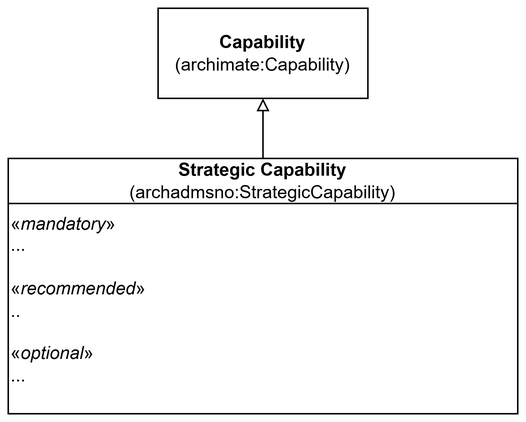
Earlier version of the draw.io export archadms-ap-no/docs/images/KlassenStrategicCapability.png (jimjyang/playground). Source tidied: cells renumbered, new cells last; positions are measured from the earlier drawing's top-left corner, leaving out a move shared by most shapes.
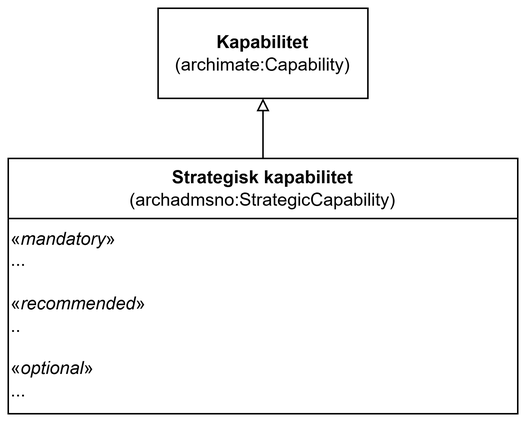
The same file after the commit.

The edit, as a diff of the source:
```diff
@@ -2,16 +2,16 @@
   <root>
     <mxCell id="0" />
     <mxCell id="1" parent="0" />
-    <mxCell id="2" value="Strategic Capability&lt;br&gt;&lt;div&gt;&lt;span style=&quot;font-weight: normal;&quot;&gt;(&lt;/span&gt;&lt;span style=&quot;font-weight: 400;&quot;&gt;archadmsno&lt;/span&gt;&lt;span style=&quot;font-weight: normal;&quot;&gt;:StrategicCapability)&lt;/span&gt;&lt;/div&gt;" style="swimlane;whiteSpace=wrap;html=1;startSize=30;" parent="1" vertex="1">
+    <mxCell id="2" value="Strategisk kapabilitet&lt;br&gt;&lt;div&gt;&lt;span style=&quot;font-weight: normal;&quot;&gt;(&lt;/span&gt;&lt;span style=&quot;font-weight: 400;&quot;&gt;archadmsno&lt;/span&gt;&lt;span style=&quot;font-weight: normal;&quot;&gt;:StrategicCapability)&lt;/span&gt;&lt;/div&gt;" style="swimlane;whiteSpace=wrap;html=1;startSize=40;" parent="1" vertex="1">
       <mxGeometry y="100" width="340" height="170" as="geometry" />
     </mxCell>
     <mxCell id="3" value="&lt;div&gt;«&lt;i&gt;mandatory&lt;/i&gt;»&lt;/div&gt;&lt;div&gt;...&lt;/div&gt;&lt;div&gt;&lt;br&gt;&lt;/div&gt;&lt;div&gt;«&lt;i&gt;recommended&lt;/i&gt;»&lt;/div&gt;&lt;div&gt;&lt;span style=&quot;background-color: transparent; color: light-dark(rgb(0, 0, 0), rgb(255, 255, 255));&quot;&gt;..&lt;/span&gt;&lt;/div&gt;&lt;div&gt;&lt;br&gt;&lt;/div&gt;&lt;div&gt;«&lt;i&gt;optional&lt;/i&gt;»&lt;/div&gt;&lt;div&gt;&lt;span style=&quot;background-color: transparent; color: light-dark(rgb(0, 0, 0), rgb(255, 255, 255));&quot;&gt;...&lt;/span&gt;&lt;/div&gt;" style="text;html=1;whiteSpace=wrap;strokeColor=none;fillColor=none;align=left;verticalAlign=top;rounded=0;" parent="2" vertex="1">
-      <mxGeometry y="30" width="320" height="140" as="geometry" />
+      <mxGeometry y="40" width="320" height="130" as="geometry" />
     </mxCell>
     <mxCell id="4" style="endArrow=block;html=1;rounded=0;entryX=0.5;entryY=1;entryDx=0;entryDy=0;exitX=0.5;exitY=0;exitDx=0;exitDy=0;endFill=0;" parent="1" edge="1" source="2" target="5">
       <mxGeometry relative="1" as="geometry" />
     </mxCell>
-    <mxCell id="5" value="&lt;b&gt;Capability&lt;/b&gt;&lt;div&gt;(archimate:Capability)&lt;/div&gt;" style="rounded=0;whiteSpace=wrap;html=1;" parent="1" vertex="1">
+    <mxCell id="5" value="&lt;b&gt;Kapabilitet&lt;/b&gt;&lt;div&gt;(archimate:Capability)&lt;/div&gt;" style="rounded=0;whiteSpace=wrap;html=1;" parent="1" vertex="1">
       <mxGeometry x="100" width="140" height="60" as="geometry" />
     </mxCell>
   </root>
```
